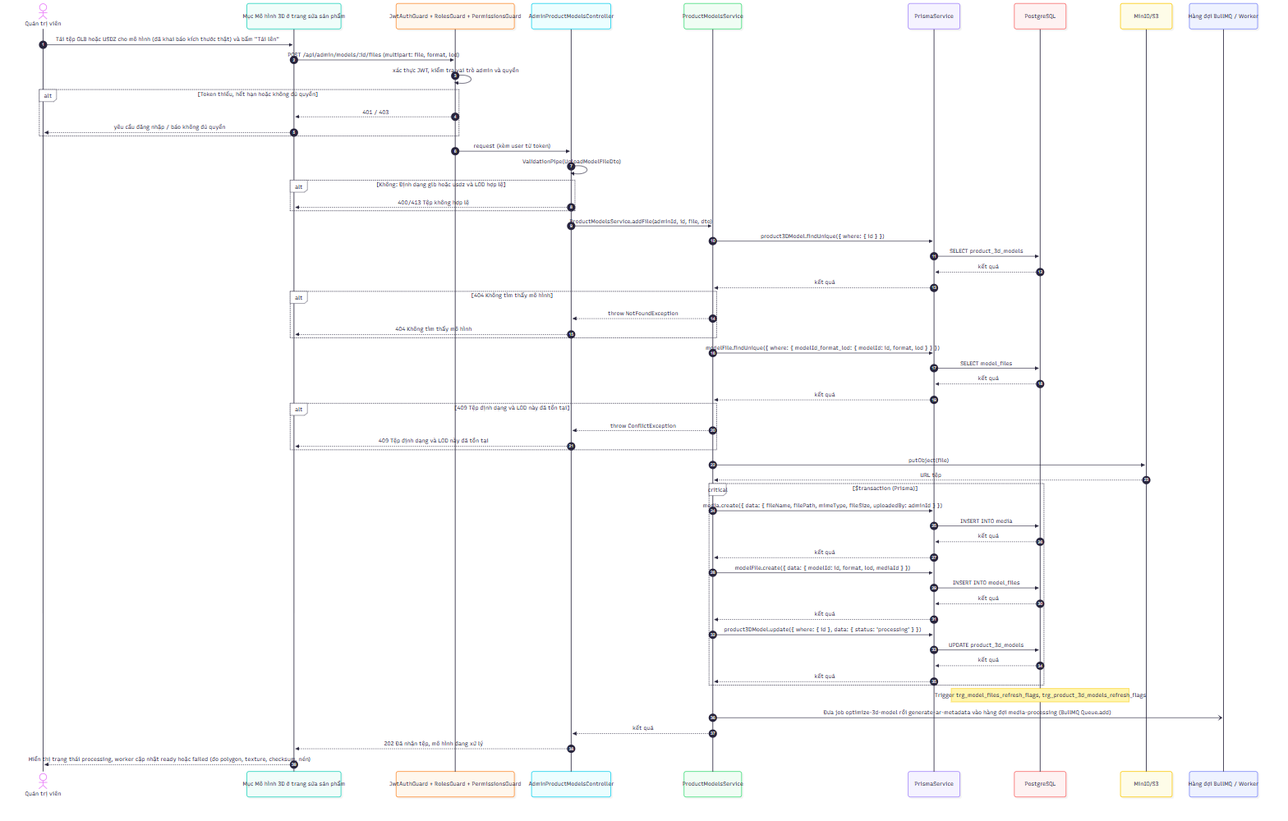
The Mermaid diagram docs/diagrams/png/sequence_UC-ADM-13_tai-va-quan-ly-mo-hinh-3d-san-pham.png in 2431540234-arch/XDUDTMDT, before a commit. Its source is kept beside it as docs/diagrams/src/sequence_UC-ADM-13_tai-va-quan-ly-mo-hinh-3d-san-pham.mmd.
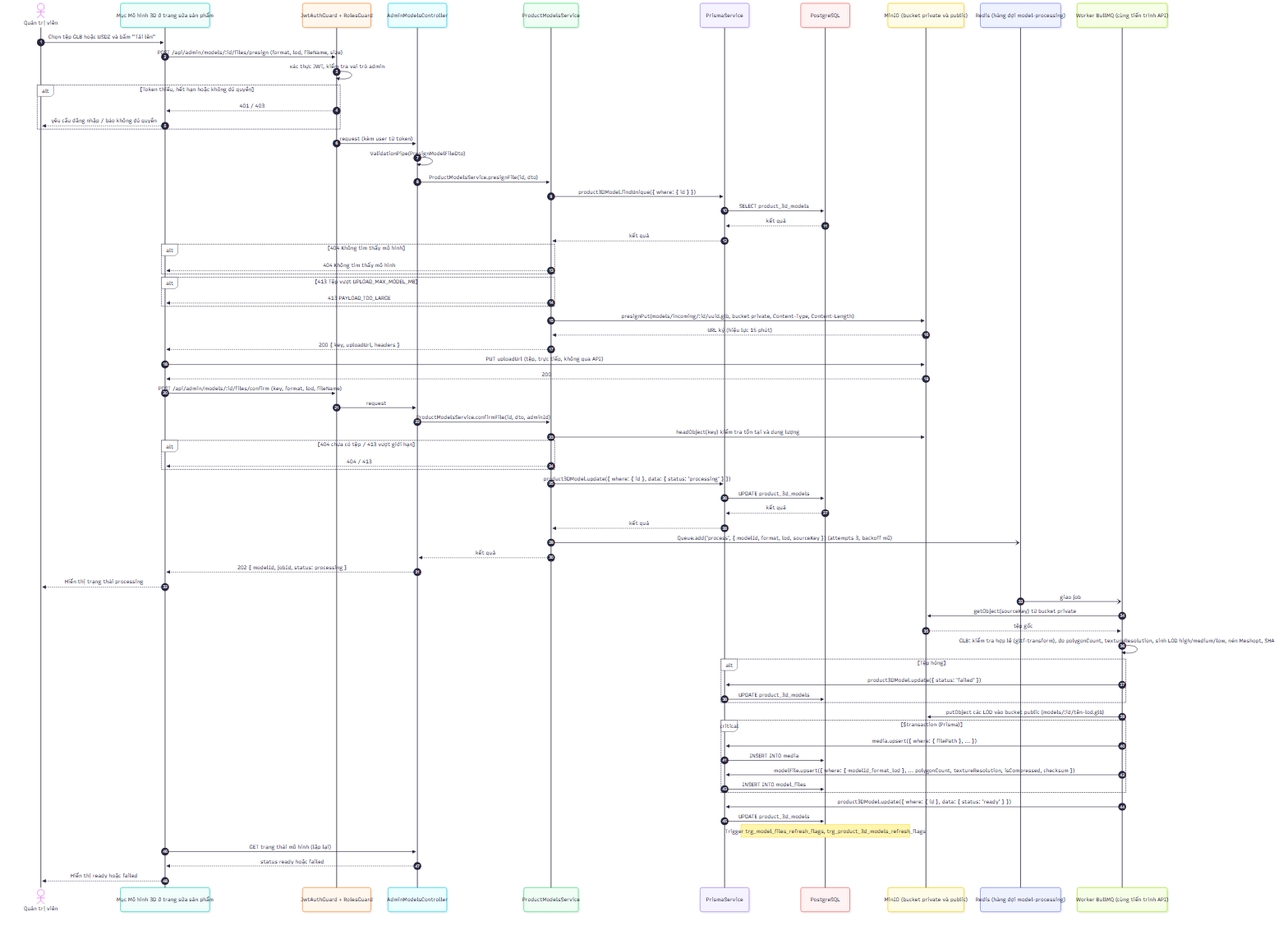
The same diagram one commit later.

The edit, as a diff of the source:
```diff
@@ -2,60 +2,72 @@
     autonumber
     actor A as Quản trị viên
     participant FE as Mục Mô hình 3D ở trang sửa sản phẩm
-    participant G as JwtAuthGuard + RolesGuard + PermissionsGuard
-    participant C as AdminProductModelsController
+    participant G as JwtAuthGuard + RolesGuard
+    participant C as AdminModelsController
     participant S as ProductModelsService
     participant P as PrismaService
     participant D as PostgreSQL
-    participant X as MinIO/S3
-    participant W as Hàng đợi BullMQ / Worker
-    A->>FE: Tải tệp GLB hoặc USDZ cho mô hình (đã khai báo kích thước thật) và bấm "Tải lên"
-    FE->>G: POST /api/admin/models/:id/files (multipart: file, format, lod)
-    G->>G: xác thực JWT, kiểm tra vai trò admin và quyền
+    participant X as MinIO (bucket private và public)
+    participant Q as Redis (hàng đợi model-processing)
+    participant W as Worker BullMQ (cùng tiến trình API)
+    A->>FE: Chọn tệp GLB hoặc USDZ và bấm "Tải lên"
+    FE->>G: POST /api/admin/models/:id/files/presign (format, lod, fileName, size)
+    G->>G: xác thực JWT, kiểm tra vai trò admin
     alt Token thiếu, hết hạn hoặc không đủ quyền
         G-->>FE: 401 / 403
         FE-->>A: yêu cầu đăng nhập / báo không đủ quyền
     end
     G->>C: request (kèm user từ token)
-    C->>C: ValidationPipe(UploadModelFileDto)
-    alt Không: Định dạng glb hoặc usdz và LOD hợp lệ
-        C-->>FE: 400/413 Tệp không hợp lệ
-    end
-    C->>S: ProductModelsService.addFile(adminId, id, file, dto)
+    C->>C: ValidationPipe(PresignModelFileDto)
+    C->>S: ProductModelsService.presignFile(id, dto)
     S->>P: product3DModel.findUnique({ where: { id } })
     P->>D: SELECT product_3d_models
     D-->>P: kết quả
     P-->>S: kết quả
     alt 404 Không tìm thấy mô hình
-        S-->>C: throw NotFoundException
-        C-->>FE: 404 Không tìm thấy mô hình
+        S-->>FE: 404 Không tìm thấy mô hình
     end
-    S->>P: modelFile.findUnique({ where: { modelId_format_lod: { modelId: id, format, lod } } })
-    P->>D: SELECT model_files
+    alt 413 Tệp vượt UPLOAD_MAX_MODEL_MB
+        S-->>FE: 413 PAYLOAD_TOO_LARGE
+    end
+    S->>X: presignPut(models/incoming/:id/uuid.glb, bucket private, Content-Type, Content-Length)
+    X-->>S: URL ký (hiệu lực 15 phút)
+    S-->>FE: 200 { key, uploadUrl, headers }
+    FE->>X: PUT uploadUrl (tệp, trực tiếp, không qua API)
+    X-->>FE: 200
+    FE->>G: POST /api/admin/models/:id/files/confirm (key, format, lod, fileName)
+    G->>C: request
+    C->>S: ProductModelsService.confirmFile(id, dto, adminId)
+    S->>X: headObject(key) kiểm tra tồn tại và dung lượng
+    alt 404 chưa có tệp / 413 vượt giới hạn
+        S-->>FE: 404 / 413
+    end
+    S->>P: product3DModel.update({ where: { id }, data: { status: 'processing' } })
+    P->>D: UPDATE product_3d_models
     D-->>P: kết quả
     P-->>S: kết quả
-    alt 409 Tệp định dạng và LOD này đã tồn tại
-        S-->>C: throw ConflictException
-        C-->>FE: 409 Tệp định dạng và LOD này đã tồn tại
+    S-)Q: Queue.add('process', { modelId, format, lod, sourceKey }) (attempts 3, backoff mũ)
+    S-->>C: kết quả
+    C-->>FE: 202 { modelId, jobId, status: processing }
+    FE-->>A: Hiển thị trạng thái processing
+    Q-)W: giao job
+    W->>X: getObject(sourceKey) từ bucket private
+    X-->>W: tệp gốc
+    W->>W: GLB: kiểm tra hợp lệ (gltf-transform), đo polygonCount, textureResolution, sinh LOD high/medium/low, nén Meshopt, SHA-256
+    alt Tệp hỏng
+        W->>P: product3DModel.update({ status: 'failed' })
+        P->>D: UPDATE product_3d_models
     end
-    S->>X: putObject(file)
-    X-->>S: URL tệp
+    W->>X: putObject các LOD vào bucket public (models/:id/tên-lod.glb)
     critical $transaction (Prisma)
-        S->>P: media.create({ data: { fileName, filePath, mimeType, fileSize, uploadedBy: adminId } })
+        W->>P: media.upsert({ where: { filePath }, ... })
         P->>D: INSERT INTO media
-        D-->>P: kết quả
-        P-->>S: kết quả
-        S->>P: modelFile.create({ data: { modelId: id, format, lod, mediaId } })
+        W->>P: modelFile.upsert({ where: { modelId_format_lod }, ... polygonCount, textureResolution, isCompressed, checksum })
         P->>D: INSERT INTO model_files
-        D-->>P: kết quả
-        P-->>S: kết quả
-        S->>P: product3DModel.update({ where: { id }, data: { status: 'processing' } })
-        P->>D: UPDATE product_3d_models
-        D-->>P: kết quả
-        P-->>S: kết quả
     end
+    W->>P: product3DModel.update({ where: { id }, data: { status: 'ready' } })
+    P->>D: UPDATE product_3d_models
     Note over D: Trigger trg_model_files_refresh_flags, trg_product_3d_models_refresh_flags
-    S-)W: Đưa job optimize-3d-model rồi generate-ar-metadata vào hàng đợi media-processing (BullMQ Queue.add)
-    S-->>C: kết quả
-    C-->>FE: 202 Đã nhận tệp, mô hình đang xử lý
-    FE-->>A: Hiển thị trạng thái processing, worker cập nhật ready hoặc failed (đo polygon, texture, checksum, nén)
+    FE->>C: GET trạng thái mô hình (lặp lại)
+    C-->>FE: status ready hoặc failed
+    FE-->>A: Hiển thị ready hoặc failed
```
